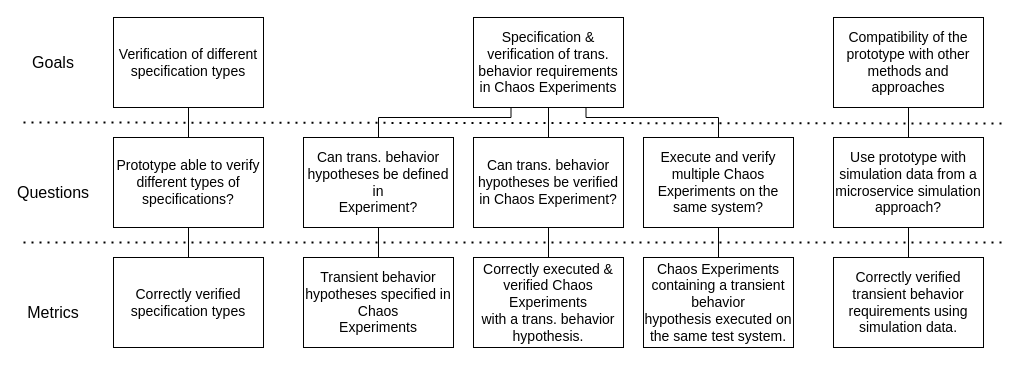
Cambio-Project/transient-behavior-verifier keeps this draw.io diagram as figures/drawio files/gqm-big.drawio. Above is the earlier version. Source tidied: cells renumbered, new cells numbered last; positions are measured from the earlier drawing's top-left corner, leaving out a move shared by most shapes. Both pictures are drawn from the tidied source at 100%, with x=0, y=0 at pixel (23, 17).
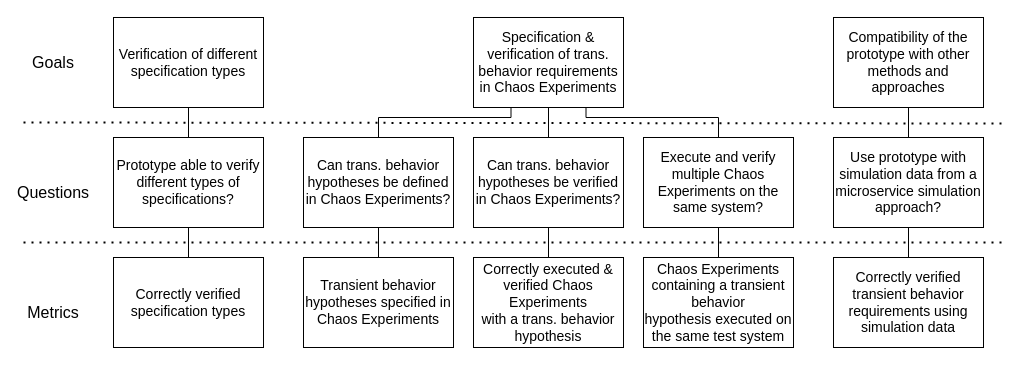
After the change.

The edit, as a diff of the source:
```diff
@@
-    <mxCell id="12" value="&lt;div style=&quot;font-size: 14px;&quot;&gt;Can trans. behavior hypotheses be defined in&lt;/div&gt;&lt;div style=&quot;font-size: 14px;&quot;&gt;Experiment?&lt;/div&gt;" style="rounded=0;whiteSpace=wrap;html=1;fontSize=14;" parent="1" vertex="1">
+    <mxCell id="12" value="&lt;div style=&quot;font-size: 14px;&quot;&gt;Can trans. behavior hypotheses be defined in Chaos&amp;nbsp;&lt;span style=&quot;background-color: initial;&quot;&gt;Experiments?&lt;/span&gt;&lt;/div&gt;" style="rounded=0;whiteSpace=wrap;html=1;fontSize=14;" parent="1" vertex="1">
       <mxGeometry x="280" y="120" width="150" height="90" as="geometry" />
     </mxCell>
@@
-    <mxCell id="14" value="Can trans. behavior hypotheses be verified in&amp;nbsp;Chaos Experiment?" style="rounded=0;whiteSpace=wrap;html=1;fontSize=14;" parent="1" vertex="1">
+    <mxCell id="14" value="Can trans. behavior hypotheses be verified in&amp;nbsp;Chaos Experiments?" style="rounded=0;whiteSpace=wrap;html=1;fontSize=14;" parent="1" vertex="1">
       <mxGeometry x="450" y="120" width="150" height="90" as="geometry" />
     </mxCell>
@@
-    <mxCell id="17" value="Transient behavior hypotheses specified in Chaos&lt;br style=&quot;font-size: 14px;&quot;&gt;Experiments" style="rounded=0;whiteSpace=wrap;html=1;fontSize=14;" parent="1" vertex="1">
+    <mxCell id="17" value="Transient behavior hypotheses specified in Chaos Experiments" style="rounded=0;whiteSpace=wrap;html=1;fontSize=14;" parent="1" vertex="1">
       <mxGeometry x="280" y="240" width="150" height="90" as="geometry" />
     </mxCell>
-    <mxCell id="18" value="Correctly executed &amp;amp; verified Chaos Experiments&lt;br style=&quot;font-size: 14px;&quot;&gt;with a trans. behavior hypothesis." style="rounded=0;whiteSpace=wrap;html=1;fontSize=14;" parent="1" vertex="1">
+    <mxCell id="18" value="Correctly executed &amp;amp; verified Chaos Experiments&lt;br style=&quot;font-size: 14px;&quot;&gt;with a trans. behavior hypothesis" style="rounded=0;whiteSpace=wrap;html=1;fontSize=14;" parent="1" vertex="1">
       <mxGeometry x="450" y="240" width="150" height="90" as="geometry" />
     </mxCell>
-    <mxCell id="19" value="Chaos Experiments containing a transient behavior&lt;br style=&quot;font-size: 14px;&quot;&gt;hypothesis executed on the same test system." style="rounded=0;whiteSpace=wrap;html=1;fontSize=14;" parent="1" vertex="1">
+    <mxCell id="19" value="Chaos Experiments containing a transient behavior&lt;br style=&quot;font-size: 14px;&quot;&gt;hypothesis executed on the same test system" style="rounded=0;whiteSpace=wrap;html=1;fontSize=14;" parent="1" vertex="1">
       <mxGeometry x="620" y="240" width="150" height="90" as="geometry" />
     </mxCell>
-    <mxCell id="20" value="Correctly verified transient behavior requirements using&lt;br&gt;simulation data." style="rounded=0;whiteSpace=wrap;html=1;fontSize=14;" parent="1" vertex="1">
+    <mxCell id="20" value="Correctly verified transient behavior requirements using&lt;br&gt;simulation data" style="rounded=0;whiteSpace=wrap;html=1;fontSize=14;" parent="1" vertex="1">
       <mxGeometry x="810" y="240" width="150" height="90" as="geometry" />
     </mxCell>
```
